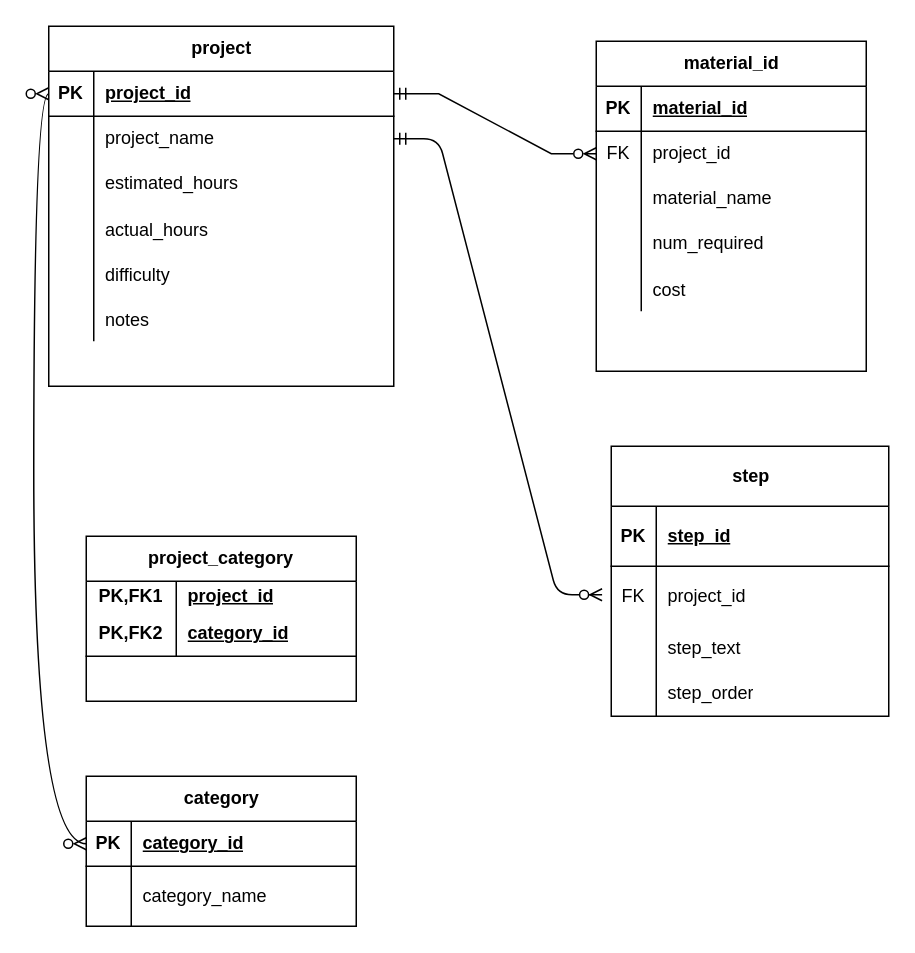
MpanuR/mysql-java keeps this draw.io diagram as src/main/resources/SQLWEEK2.drawio. Above is the earlier version. Source tidied: cells renumbered, new cells numbered last; positions are measured from the earlier drawing's top-left corner, leaving out a move shared by most shapes. Both pictures are drawn from the tidied source at 150%, with x=0, y=0 at pixel (48, 26).
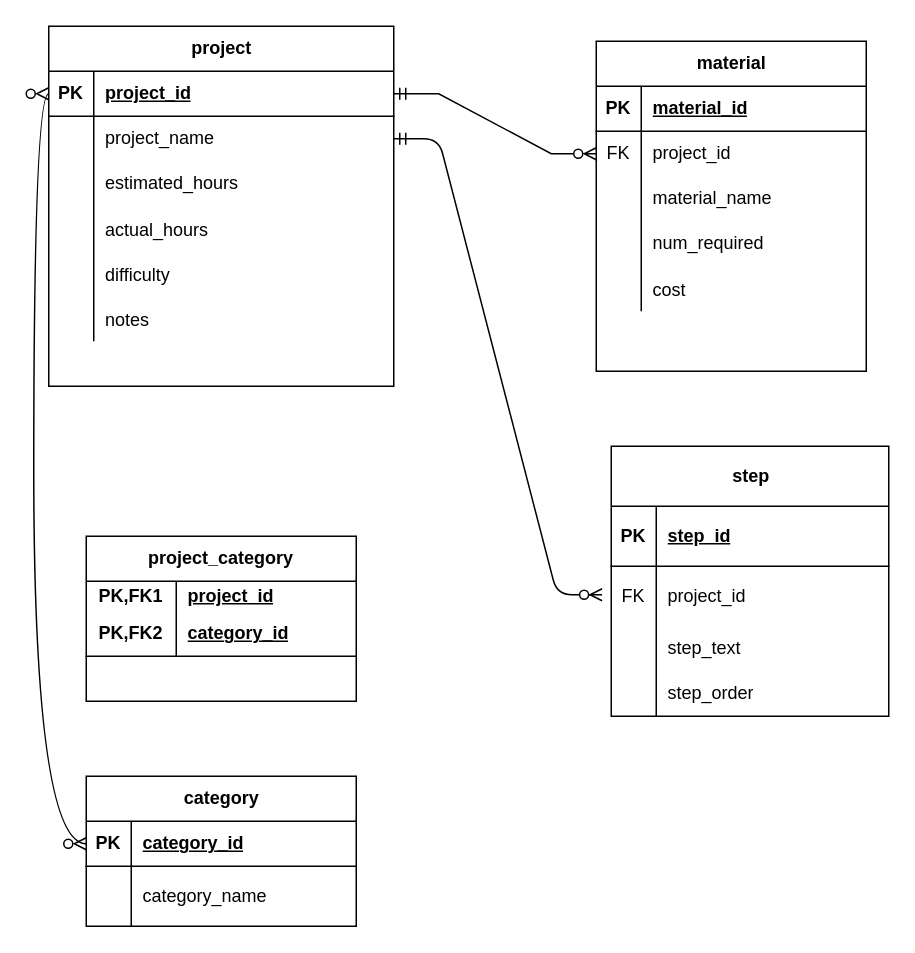
After the change.

Change to the diagram source:
```diff
@@
-    <mxCell id="22" value="material_id" style="shape=table;startSize=30;childLayout=tableLayout;rowLines=0;fontStyle=1;align=center;html=1;" parent="1" vertex="1">
+    <mxCell id="22" value="material" style="shape=table;startSize=30;childLayout=tableLayout;rowLines=0;fontStyle=1;align=center;html=1;" parent="1" vertex="1">
       <mxGeometry x="365" y="10" width="180" height="220" as="geometry" />
     </mxCell>
```
